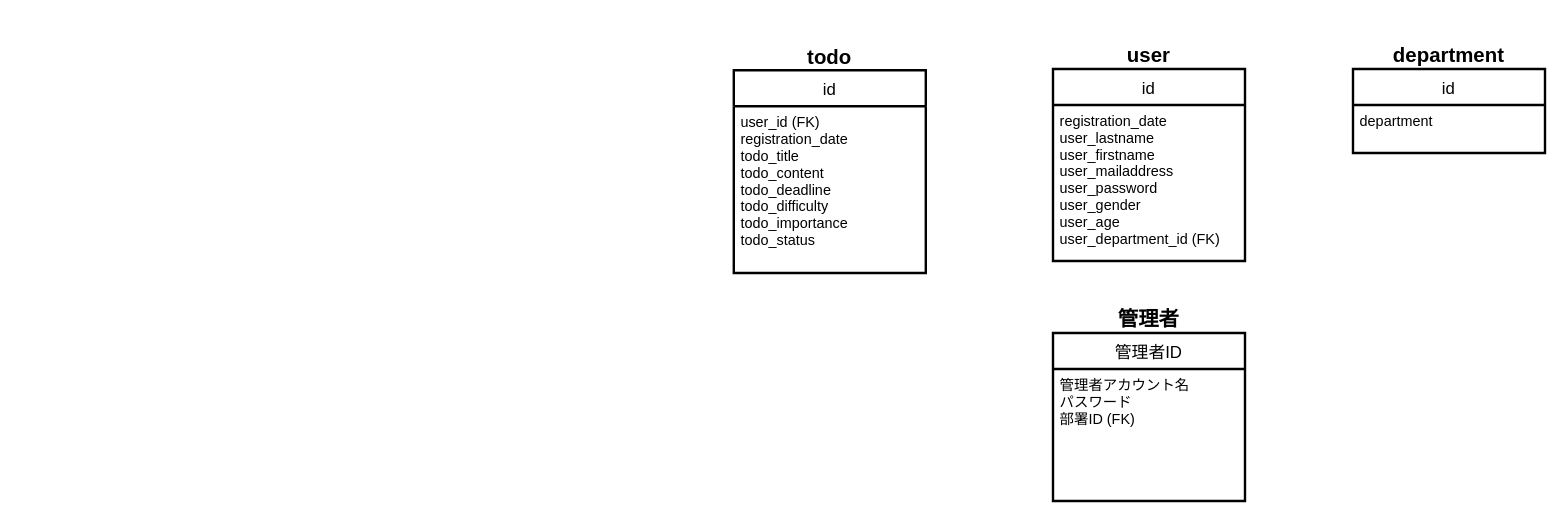
RRRYOOO/portfolio keeps this draw.io diagram as portfolio03/01/requirement_definition/er/portfolio03_01_er_physical.drawio. Above is the earlier version. Source tidied: cells renumbered, new cells numbered last; positions are measured from the earlier drawing's top-left corner, leaving out a move shared by most shapes. Both pictures are drawn from the tidied source at 120%, with x=0, y=0 at pixel (733, 44).
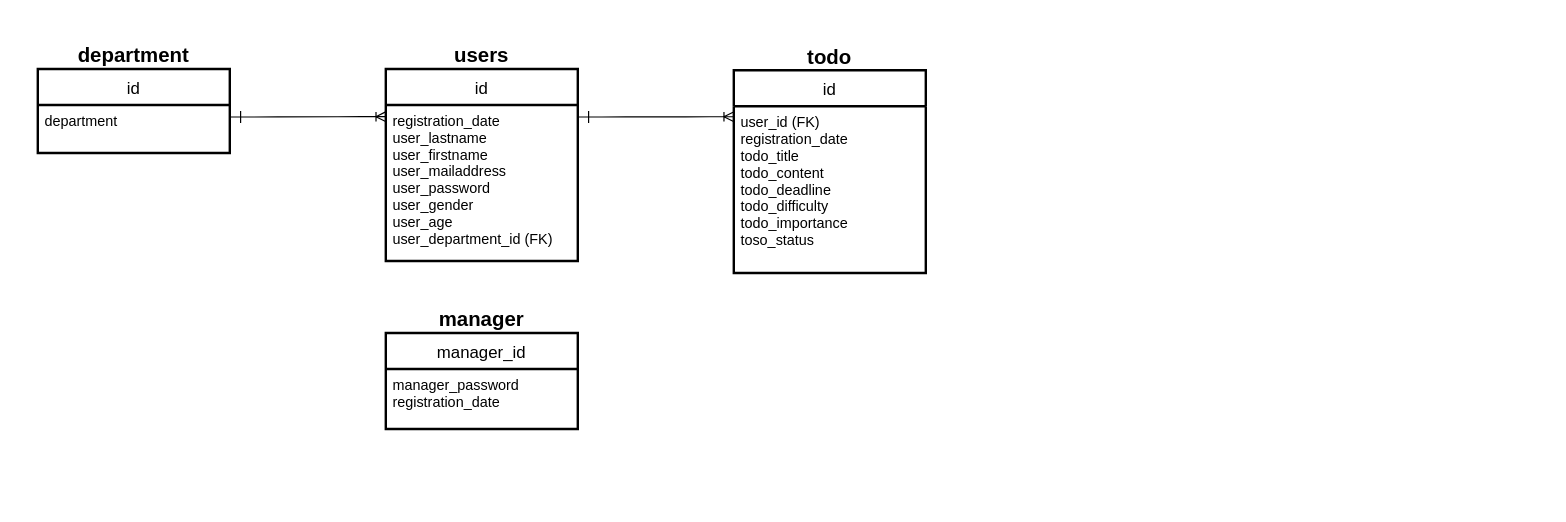
The same page after the edit.

Unchanged cells that the change refers to:
```xml
<mxCell id="9" value="id" style="swimlane;horizontal=1;startSize=30;rounded=0;fontSize=14;fontStyle=0;strokeWidth=2;shadow=0;dashed=0;align=center;" parent="8" vertex="1">
  <mxGeometry y="21.1" width="160" height="168.9" as="geometry" />
</mxCell>
```

Diff of the diagram source:
```diff
@@
-    <mxCell id="2" value="id" style="swimlane;horizontal=1;startSize=30;rounded=0;fontSize=14;fontStyle=0;strokeWidth=2;shadow=0;dashed=0;align=center;" parent="1" vertex="1">
-      <mxGeometry x="266" y="20" width="160" height="160" as="geometry" />
-    </mxCell>
-    <mxCell id="3" value="registration_date&#10;user_lastname&#10;user_firstname&#10;user_mailaddress&#10;user_password&#10;user_gender&#10;user_age&#10;user_department_id (FK)" style="align=left;strokeColor=none;fillColor=none;spacingLeft=4;fontSize=12;verticalAlign=top;" parent="2" vertex="1">
-      <mxGeometry y="30" width="160" height="130" as="geometry" />
-    </mxCell>
-    <mxCell id="4" value="id" style="swimlane;horizontal=1;startSize=30;rounded=0;fontSize=14;fontStyle=0;strokeWidth=2;shadow=0;dashed=0;align=center;" parent="1" vertex="1">
-      <mxGeometry x="516" y="20" width="160" height="70" as="geometry" />
-    </mxCell>
-    <mxCell id="5" value="department" style="align=left;strokeColor=none;fillColor=none;spacingLeft=4;fontSize=12;verticalAlign=top;" parent="4" vertex="1">
-      <mxGeometry y="30" width="160" height="40" as="geometry" />
-    </mxCell>
-    <mxCell id="6" value="管理者ID" style="swimlane;horizontal=1;startSize=30;rounded=0;fontSize=14;fontStyle=0;strokeWidth=2;shadow=0;dashed=0;align=center;" parent="1" vertex="1">
-      <mxGeometry x="266" y="240" width="160" height="140" as="geometry" />
-    </mxCell>
-    <mxCell id="7" value="管理者アカウント名&#10;パスワード&#10;部署ID (FK)" style="align=left;strokeColor=none;fillColor=none;spacingLeft=4;fontSize=12;verticalAlign=top;" parent="6" vertex="1">
-      <mxGeometry y="30" width="160" height="110" as="geometry" />
-    </mxCell>
+    <mxCell id="15" style="rounded=0;whiteSpace=wrap;html=1;fillColor=none;strokeColor=none;" parent="1" vertex="1">
+      <mxGeometry x="-594" y="-20" width="780" height="359" as="geometry" />
+    </mxCell>
@@
-    <mxCell id="10" value="user_id (FK)&#10;registration_date&#10;todo_title&#10;todo_content&#10;todo_deadline&#10;todo_difficulty&#10;todo_importance&#10;todo_status" style="align=left;strokeColor=none;fillColor=none;spacingLeft=4;fontSize=12;verticalAlign=top;" parent="9" vertex="1">
+    <mxCell id="10" value="user_id (FK)&#10;registration_date&#10;todo_title&#10;todo_content&#10;todo_deadline&#10;todo_difficulty&#10;todo_importance&#10;toso_status" style="align=left;strokeColor=none;fillColor=none;spacingLeft=4;fontSize=12;verticalAlign=top;" parent="9" vertex="1">
       <mxGeometry y="30" width="160" height="138.9" as="geometry" />
     </mxCell>
@@
+    <mxCell id="16" style="group;" parent="1" vertex="1">
+      <mxGeometry x="-290" width="160" height="180" as="geometry" />
+    </mxCell>
+    <mxCell id="2" value="id" style="swimlane;horizontal=1;startSize=30;rounded=0;fontSize=14;fontStyle=0;strokeWidth=2;shadow=0;dashed=0;align=center;" parent="16" vertex="1">
+      <mxGeometry y="20" width="160" height="160" as="geometry" />
+    </mxCell>
+    <mxCell id="3" value="registration_date&#10;user_lastname&#10;user_firstname&#10;user_mailaddress&#10;user_password&#10;user_gender&#10;user_age&#10;user_department_id (FK)" style="align=left;strokeColor=none;fillColor=none;spacingLeft=4;fontSize=12;verticalAlign=top;" parent="2" vertex="1">
+      <mxGeometry y="30" width="160" height="130" as="geometry" />
+    </mxCell>
-    <mxCell id="12" value="user" style="text;html=1;strokeColor=none;fillColor=none;align=center;verticalAlign=middle;whiteSpace=wrap;rounded=0;fontSize=17;fontStyle=1;" parent="1" vertex="1">
-      <mxGeometry x="316" width="60" height="20" as="geometry" />
+    <mxCell id="12" value="users" style="text;html=1;strokeColor=none;fillColor=none;align=center;verticalAlign=middle;whiteSpace=wrap;rounded=0;fontSize=17;fontStyle=1;" parent="16" vertex="1">
+      <mxGeometry x="50" width="60" height="20" as="geometry" />
     </mxCell>
+    <mxCell id="17" style="group;" parent="1" vertex="1">
+      <mxGeometry x="-290" y="220" width="160" height="160" as="geometry" />
+    </mxCell>
+    <mxCell id="6" value="manager_id" style="swimlane;horizontal=1;startSize=30;rounded=0;fontSize=14;fontStyle=0;strokeWidth=2;shadow=0;dashed=0;align=center;" parent="17" vertex="1">
+      <mxGeometry y="20" width="160" height="80" as="geometry" />
+    </mxCell>
+    <mxCell id="7" value="manager_password&#10;registration_date" style="align=left;strokeColor=none;fillColor=none;spacingLeft=4;fontSize=12;verticalAlign=top;" parent="6" vertex="1">
+      <mxGeometry y="30" width="160" height="50" as="geometry" />
+    </mxCell>
-    <mxCell id="13" value="管理者" style="text;html=1;strokeColor=none;fillColor=none;align=center;verticalAlign=middle;whiteSpace=wrap;rounded=0;fontSize=17;fontStyle=1;" parent="1" vertex="1">
-      <mxGeometry x="316" y="220" width="60" height="20" as="geometry" />
+    <mxCell id="13" value="manager" style="text;html=1;strokeColor=none;fillColor=none;align=center;verticalAlign=middle;whiteSpace=wrap;rounded=0;fontSize=17;fontStyle=1;" parent="17" vertex="1">
+      <mxGeometry x="50" width="60" height="20" as="geometry" />
     </mxCell>
+    <mxCell id="18" style="group;" parent="1" vertex="1">
+      <mxGeometry x="-580" width="160" height="90" as="geometry" />
+    </mxCell>
+    <mxCell id="4" value="id" style="swimlane;horizontal=1;startSize=30;rounded=0;fontSize=14;fontStyle=0;strokeWidth=2;shadow=0;dashed=0;align=center;" parent="18" vertex="1">
+      <mxGeometry y="20" width="160" height="70" as="geometry" />
+    </mxCell>
+    <mxCell id="5" value="department" style="align=left;strokeColor=none;fillColor=none;spacingLeft=4;fontSize=12;verticalAlign=top;" parent="4" vertex="1">
+      <mxGeometry y="30" width="160" height="40" as="geometry" />
+    </mxCell>
-    <mxCell id="14" value="department" style="text;html=1;strokeColor=none;fillColor=none;align=center;verticalAlign=middle;whiteSpace=wrap;rounded=0;fontSize=17;fontStyle=1;" parent="1" vertex="1">
-      <mxGeometry x="566" width="60" height="20" as="geometry" />
+    <mxCell id="14" value="department" style="text;html=1;strokeColor=none;fillColor=none;align=center;verticalAlign=middle;whiteSpace=wrap;rounded=0;fontSize=17;fontStyle=1;" parent="18" vertex="1">
+      <mxGeometry x="50" width="60" height="20" as="geometry" />
     </mxCell>
+    <mxCell id="19" style="group;" parent="1" vertex="1">
+      <mxGeometry x="-411" y="55" height="10" as="geometry" />
+    </mxCell>
+    <mxCell id="20" style="edgeStyle=entityRelationEdgeStyle;fontSize=12;html=1;endArrow=ERoneToMany;exitX=1;exitY=0.25;exitDx=0;exitDy=0;entryX=-0.001;entryY=0.075;entryDx=0;entryDy=0;entryPerimeter=0;" parent="19" edge="1" source="5" target="3">
+      <mxGeometry relative="1" as="geometry" />
+    </mxCell>
+    <mxCell id="21" style="endArrow=none;html=1;" parent="19" edge="1">
+      <mxGeometry relative="1" as="geometry">
+        <mxPoint as="sourcePoint" />
+        <mxPoint y="10" as="targetPoint" />
+      </mxGeometry>
+    </mxCell>
+    <mxCell id="22" style="edgeStyle=entityRelationEdgeStyle;fontSize=12;html=1;endArrow=ERoneToMany;exitX=1;exitY=0.25;exitDx=0;exitDy=0;entryX=-0.001;entryY=0.075;entryDx=0;entryDy=0;entryPerimeter=0;" parent="1" edge="1">
+      <mxGeometry relative="1" as="geometry">
+        <mxPoint x="-130" y="60" as="sourcePoint" />
+        <mxPoint x="-0.2" y="59.8" as="targetPoint" />
+      </mxGeometry>
+    </mxCell>
+    <mxCell id="23" style="endArrow=none;html=1;" parent="1" edge="1">
+      <mxGeometry relative="1" as="geometry">
+        <mxPoint x="-121" y="55" as="sourcePoint" />
+        <mxPoint x="-121" y="65" as="targetPoint" />
+      </mxGeometry>
+    </mxCell>
```
